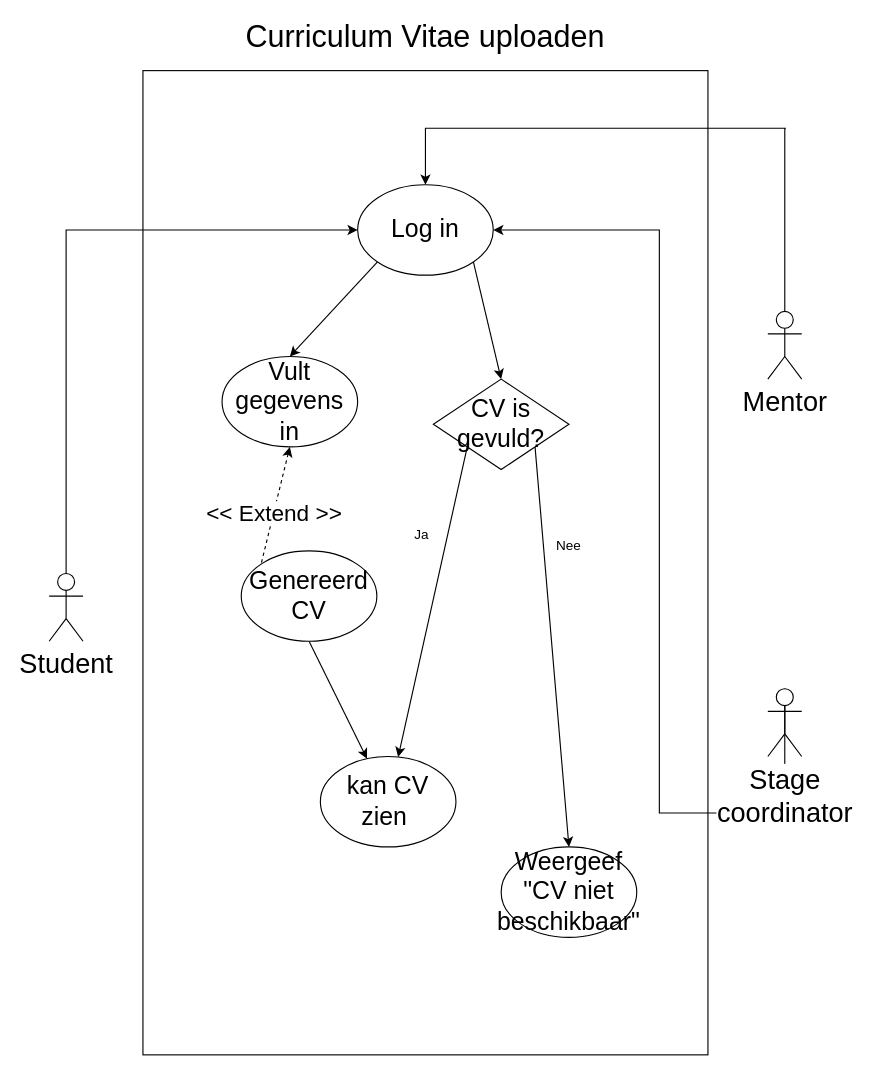
This is documentatie/Usecases/CV.drawio from nicolaydammer/eindopdracht-stagesysteem, a draw.io file, before an edit. Source tidied: cells renumbered, new cells numbered last; positions are measured from the earlier drawing's top-left corner, leaving out a move shared by most shapes. Both pictures are drawn from the tidied source at 113%, with x=0, y=0 at pixel (49, 26).
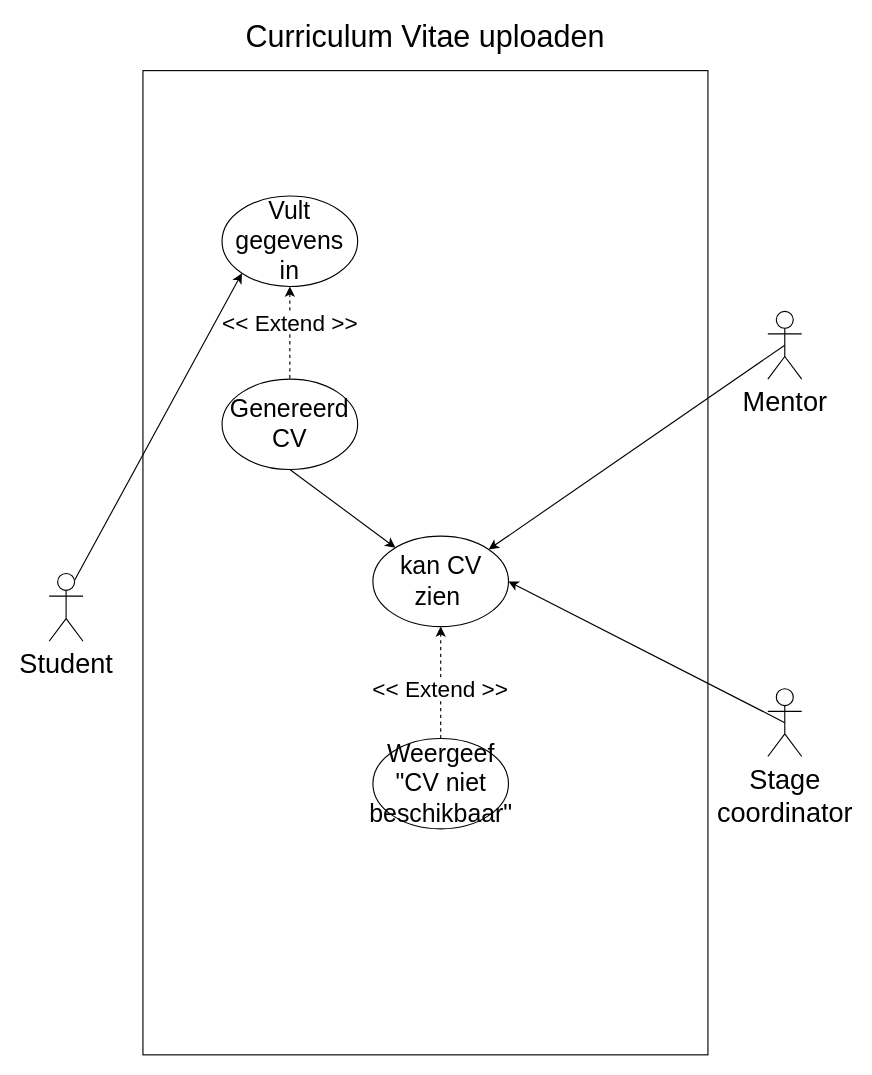
The same page after the edit.

Unchanged cells that the change refers to:
```xml
<mxCell id="2" value="&lt;font style=&quot;font-size: 24px&quot;&gt;Student&lt;/font&gt;" style="shape=umlActor;verticalLabelPosition=bottom;labelBackgroundColor=#ffffff;verticalAlign=top;html=1;outlineConnect=0;" parent="1" vertex="1">
  <mxGeometry y="484" width="30" height="60" as="geometry" />
</mxCell>
<mxCell id="6" value="&lt;font style=&quot;font-size: 24px&quot;&gt;Mentor&lt;/font&gt;" style="shape=umlActor;verticalLabelPosition=bottom;labelBackgroundColor=#ffffff;verticalAlign=top;html=1;outlineConnect=0;" parent="1" vertex="1">
  <mxGeometry x="636" y="252" width="30" height="60" as="geometry" />
</mxCell>
<mxCell id="8" value="&lt;font style=&quot;font-size: 24px&quot;&gt;Stage &lt;br&gt;coordinator&lt;/font&gt;" style="shape=umlActor;verticalLabelPosition=bottom;labelBackgroundColor=#ffffff;verticalAlign=top;html=1;outlineConnect=0;" parent="1" vertex="1">
  <mxGeometry x="636" y="586" width="30" height="60" as="geometry" />
</mxCell>
```

What changed in the source:
```diff
@@
-    <mxCell id="5" style="edgeStyle=orthogonalEdgeStyle;rounded=0;jettySize=auto;html=1;exitX=0.5;exitY=0;exitDx=0;exitDy=0;exitPerimeter=0;entryX=0.5;entryY=0;entryDx=0;entryDy=0;" parent="1" edge="1" source="6" target="11">
-      <mxGeometry relative="1" as="geometry">
-        <Array as="points">
-          <mxPoint x="652" y="90" />
-          <mxPoint x="334" y="90" />
-        </Array>
-      </mxGeometry>
-    </mxCell>
+    <mxCell id="25" style="edgeStyle=none;rounded=0;jettySize=auto;html=1;exitX=0.5;exitY=0.5;exitDx=0;exitDy=0;exitPerimeter=0;entryX=1;entryY=0;entryDx=0;entryDy=0;" parent="1" edge="1" source="6" target="16">
+      <mxGeometry relative="1" as="geometry" />
+    </mxCell>
@@
-    <mxCell id="7" style="edgeStyle=orthogonalEdgeStyle;rounded=0;jettySize=auto;html=1;exitX=0.5;exitY=0;exitDx=0;exitDy=0;exitPerimeter=0;entryX=1;entryY=0.5;entryDx=0;entryDy=0;" parent="1" edge="1" source="8" target="11">
-      <mxGeometry relative="1" as="geometry">
-        <Array as="points">
-          <mxPoint x="540" y="696" />
-          <mxPoint x="540" y="180" />
-        </Array>
-      </mxGeometry>
-    </mxCell>
+    <mxCell id="26" style="edgeStyle=none;rounded=0;jettySize=auto;html=1;exitX=0.5;exitY=0.5;exitDx=0;exitDy=0;exitPerimeter=0;entryX=1;entryY=0.5;entryDx=0;entryDy=0;" parent="1" edge="1" source="8" target="16">
+      <mxGeometry relative="1" as="geometry" />
+    </mxCell>
@@
-    <mxCell id="9" style="rounded=0;jettySize=auto;html=1;exitX=0;exitY=1;exitDx=0;exitDy=0;entryX=0.5;entryY=0;entryDx=0;entryDy=0;" parent="1" edge="1" source="11" target="13">
-      <mxGeometry relative="1" as="geometry" />
-    </mxCell>
-    <mxCell id="10" style="edgeStyle=none;rounded=0;jettySize=auto;html=1;exitX=1;exitY=1;exitDx=0;exitDy=0;entryX=0.5;entryY=0;entryDx=0;entryDy=0;startArrow=none;startFill=0;endArrow=classic;endFill=1;" parent="1" edge="1" source="11" target="19">
-      <mxGeometry relative="1" as="geometry" />
-    </mxCell>
-    <mxCell id="11" value="&lt;font style=&quot;font-size: 22px&quot;&gt;Log in&lt;/font&gt;" style="ellipse;whiteSpace=wrap;html=1;" parent="1" vertex="1">
-      <mxGeometry x="273" y="140" width="120" height="80" as="geometry" />
-    </mxCell>
-    <mxCell id="12" style="edgeStyle=none;rounded=0;jettySize=auto;html=1;exitX=0.5;exitY=1;exitDx=0;exitDy=0;entryX=0;entryY=0;entryDx=0;entryDy=0;startArrow=classic;startFill=1;endArrow=none;endFill=0;dashed=1;" parent="1" edge="1" source="13" target="15">
+    <mxCell id="12" style="edgeStyle=none;rounded=0;jettySize=auto;html=1;exitX=0.5;exitY=1;exitDx=0;exitDy=0;startArrow=classic;startFill=1;endArrow=none;endFill=0;dashed=1;" parent="1" edge="1" source="13" target="15">
       <mxGeometry relative="1" as="geometry" />
     </mxCell>
     <mxCell id="13" value="&lt;font style=&quot;font-size: 22px&quot;&gt;Vult gegevens in&lt;/font&gt;" style="ellipse;whiteSpace=wrap;html=1;" parent="1" vertex="1">
-      <mxGeometry x="153" y="292" width="120" height="80" as="geometry" />
+      <mxGeometry x="153" y="150" width="120" height="80" as="geometry" />
     </mxCell>
@@
     <mxCell id="15" value="&lt;font style=&quot;font-size: 22px&quot;&gt;Genereerd CV&lt;/font&gt;" style="ellipse;whiteSpace=wrap;html=1;" parent="1" vertex="1">
-      <mxGeometry x="170" y="464" width="120" height="80" as="geometry" />
+      <mxGeometry x="153" y="312" width="120" height="80" as="geometry" />
     </mxCell>
     <mxCell id="16" value="&lt;span style=&quot;font-size: 22px&quot;&gt;kan CV zien&amp;nbsp;&lt;/span&gt;" style="ellipse;whiteSpace=wrap;html=1;" parent="1" vertex="1">
-      <mxGeometry x="240" y="646" width="120" height="80" as="geometry" />
+      <mxGeometry x="286.5" y="451" width="120" height="80" as="geometry" />
     </mxCell>
-    <mxCell id="17" style="edgeStyle=none;rounded=0;jettySize=auto;html=1;exitX=0;exitY=1;exitDx=0;exitDy=0;startArrow=none;startFill=0;endArrow=classic;endFill=1;" parent="1" edge="1" source="19" target="16">
-      <mxGeometry relative="1" as="geometry" />
-    </mxCell>
-    <mxCell id="18" style="edgeStyle=none;rounded=0;jettySize=auto;html=1;exitX=1;exitY=1;exitDx=0;exitDy=0;entryX=0.5;entryY=0;entryDx=0;entryDy=0;startArrow=none;startFill=0;endArrow=classic;endFill=1;" parent="1" edge="1" source="19" target="20">
-      <mxGeometry relative="1" as="geometry" />
-    </mxCell>
-    <mxCell id="19" value="&lt;font style=&quot;font-size: 22px&quot;&gt;CV is gevuld?&lt;/font&gt;" style="rhombus;whiteSpace=wrap;html=1;fontFamily=Helvetica;fontSize=12;fontColor=#000000;align=center;strokeColor=#000000;fillColor=#ffffff;" parent="1" vertex="1">
-      <mxGeometry x="340" y="312" width="120" height="80" as="geometry" />
-    </mxCell>
+    <mxCell id="27" style="edgeStyle=none;rounded=0;jettySize=auto;html=1;exitX=0.5;exitY=0;exitDx=0;exitDy=0;dashed=1;" parent="1" edge="1" source="20" target="16">
+      <mxGeometry relative="1" as="geometry" />
+    </mxCell>
     <mxCell id="20" value="&lt;font style=&quot;font-size: 22px&quot;&gt;Weergeef &quot;CV niet beschikbaar&quot;&lt;/font&gt;" style="ellipse;whiteSpace=wrap;html=1;" parent="1" vertex="1">
-      <mxGeometry x="400" y="726" width="120" height="80" as="geometry" />
+      <mxGeometry x="286.5" y="630" width="120" height="80" as="geometry" />
     </mxCell>
-    <mxCell id="21" style="edgeStyle=orthogonalEdgeStyle;rounded=0;jettySize=auto;html=1;exitX=0.5;exitY=0;exitDx=0;exitDy=0;exitPerimeter=0;entryX=0;entryY=0.5;entryDx=0;entryDy=0;" parent="1" edge="1" source="2" target="11">
-      <mxGeometry relative="1" as="geometry" />
-    </mxCell>
     <mxCell id="22" value="&lt;font style=&quot;font-size: 20px&quot;&gt;&amp;lt;&amp;lt; Extend &amp;gt;&amp;gt;&lt;/font&gt;" style="text;html=1;strokeColor=none;fillColor=#ffffff;align=center;verticalAlign=middle;whiteSpace=wrap;rounded=0;" parent="1" vertex="1">
-      <mxGeometry x="126" y="420" width="147" height="20" as="geometry" />
+      <mxGeometry x="139.5" y="252" width="147" height="20" as="geometry" />
     </mxCell>
-    <mxCell id="23" value="Ja" style="text;html=1;strokeColor=none;fillColor=none;align=center;verticalAlign=middle;whiteSpace=wrap;rounded=0;" parent="1" vertex="1">
-      <mxGeometry x="310" y="440" width="40" height="20" as="geometry" />
-    </mxCell>
-    <mxCell id="24" value="Nee" style="text;html=1;strokeColor=none;fillColor=none;align=center;verticalAlign=middle;whiteSpace=wrap;rounded=0;" parent="1" vertex="1">
-      <mxGeometry x="440" y="450" width="40" height="20" as="geometry" />
-    </mxCell>
+    <mxCell id="28" style="rounded=0;jettySize=auto;html=1;exitX=0.75;exitY=0.1;exitDx=0;exitDy=0;exitPerimeter=0;entryX=0;entryY=1;entryDx=0;entryDy=0;" parent="1" edge="1" source="2" target="13">
+      <mxGeometry relative="1" as="geometry" />
+    </mxCell>
+    <mxCell id="29" value="&lt;font style=&quot;font-size: 20px&quot;&gt;&amp;lt;&amp;lt; Extend &amp;gt;&amp;gt;&lt;/font&gt;" style="text;html=1;strokeColor=none;fillColor=#ffffff;align=center;verticalAlign=middle;whiteSpace=wrap;rounded=0;" parent="1" vertex="1">
+      <mxGeometry x="273" y="576" width="147" height="20" as="geometry" />
+    </mxCell>
```
